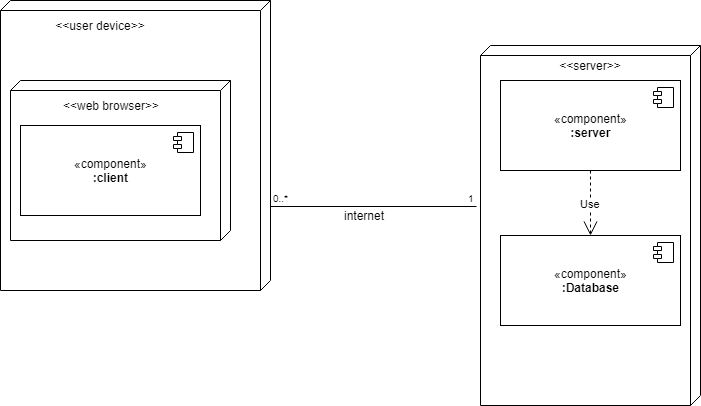
Above: docs/deliverables/deployment diagram.png in utcn-sd-serban/project-lupvasile (draw.io), before the change. Source tidied: cells renumbered, new cells last; positions are measured from the earlier drawing's top-left corner, leaving out a move shared by most shapes.
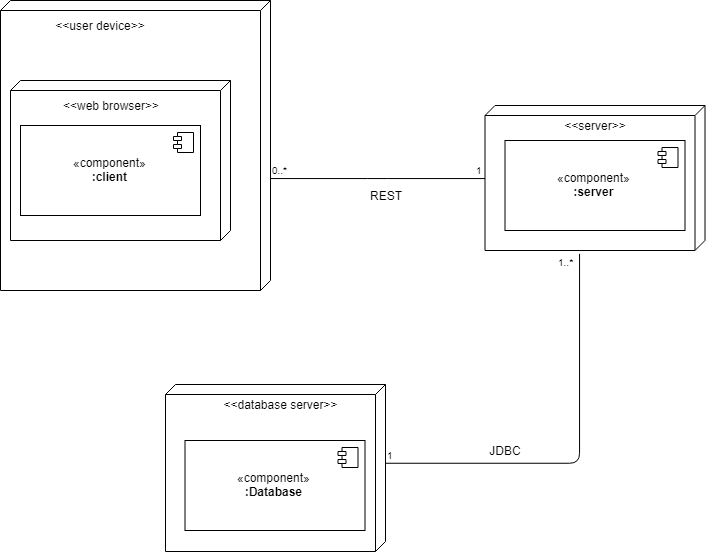
After the commit.

Diff of the diagram source:
```diff
@@ -6,30 +6,19 @@
       <mxGeometry width="270" height="290" as="geometry" />
     </mxCell>
     <mxCell id="3" style="verticalAlign=top;align=left;spacingTop=8;spacingLeft=2;spacingRight=12;shape=cube;size=10;direction=south;fontStyle=4;html=1;" parent="1" vertex="1">
-      <mxGeometry x="480" y="45" width="220" height="360" as="geometry" />
+      <mxGeometry x="484.5" y="105" width="220" height="145" as="geometry" />
     </mxCell>
     <mxCell id="4" value="&amp;lt;&amp;lt;server&amp;gt;&amp;gt;" style="text;html=1;strokeColor=none;fillColor=none;align=center;verticalAlign=middle;whiteSpace=wrap;rounded=0;" parent="1" vertex="1">
-      <mxGeometry x="570" y="55" width="40" height="20" as="geometry" />
+      <mxGeometry x="574.5" y="115" width="40" height="20" as="geometry" />
     </mxCell>
     <mxCell id="5" value="«component»&lt;br&gt;&lt;b&gt;:server&lt;/b&gt;" style="html=1;" parent="1" vertex="1">
-      <mxGeometry x="500" y="80" width="180" height="90" as="geometry" />
+      <mxGeometry x="504.5" y="140" width="180" height="90" as="geometry" />
     </mxCell>
     <mxCell id="6" style="shape=component;jettyWidth=8;jettyHeight=4;" parent="5" vertex="1">
       <mxGeometry x="1" width="20" height="20" relative="1" as="geometry">
         <mxPoint x="-27" y="7" as="offset" />
       </mxGeometry>
     </mxCell>
-    <mxCell id="7" value="«component»&lt;br&gt;&lt;b&gt;:Database&lt;/b&gt;" style="html=1;" parent="1" vertex="1">
-      <mxGeometry x="500" y="235" width="180" height="90" as="geometry" />
-    </mxCell>
-    <mxCell id="8" style="shape=component;jettyWidth=8;jettyHeight=4;" parent="7" vertex="1">
-      <mxGeometry x="1" width="20" height="20" relative="1" as="geometry">
-        <mxPoint x="-27" y="7" as="offset" />
-      </mxGeometry>
-    </mxCell>
-    <mxCell id="9" value="Use" style="endArrow=open;endSize=12;dashed=1;html=1;entryX=0.5;entryY=0;entryDx=0;entryDy=0;exitX=0.5;exitY=1;exitDx=0;exitDy=0;" parent="1" edge="1" source="5" target="7">
-      <mxGeometry relative="1" as="geometry" />
-    </mxCell>
     <mxCell id="10" value="&amp;lt;&amp;lt;user device&amp;gt;&amp;gt;" style="text;html=1;strokeColor=none;fillColor=none;align=center;verticalAlign=middle;whiteSpace=wrap;rounded=0;" parent="1" vertex="1">
       <mxGeometry x="50" y="15" width="100" height="20" as="geometry" />
     </mxCell>
@@ -47,19 +36,47 @@
         <mxPoint x="-27" y="7" as="offset" />
       </mxGeometry>
     </mxCell>
-    <mxCell id="15" style="endArrow=none;html=1;edgeStyle=orthogonalEdgeStyle;exitX=0.71;exitY=0;exitDx=0;exitDy=0;exitPerimeter=0;" parent="1" edge="1" source="2">
-      <mxGeometry relative="1" as="geometry">
-        <mxPoint x="476" y="206" as="targetPoint" />
-      </mxGeometry>
+    <mxCell id="15" style="endArrow=none;html=1;edgeStyle=orthogonalEdgeStyle;exitX=0.613;exitY=0.001;exitDx=0;exitDy=0;exitPerimeter=0;" parent="1" edge="1" source="2" target="3">
+      <mxGeometry relative="1" as="geometry" />
     </mxCell>
     <mxCell id="16" value="0..*" style="html=1;align=left;verticalAlign=bottom;labelBackgroundColor=#ffffff;fontSize=10;" parent="15" vertex="1">
       <mxGeometry x="-1" relative="1" as="geometry" />
     </mxCell>
     <mxCell id="17" value="1" style="html=1;align=right;verticalAlign=bottom;labelBackgroundColor=#ffffff;fontSize=10;" parent="15" vertex="1">
-      <mxGeometry x="1" relative="1" as="geometry" />
+      <mxGeometry x="1" relative="1" as="geometry">
+        <mxPoint x="-0.5" as="offset" />
+      </mxGeometry>
     </mxCell>
-    <mxCell id="18" value="internet" style="text;html=1;strokeColor=none;fillColor=none;align=center;verticalAlign=middle;whiteSpace=wrap;rounded=0;" parent="1" vertex="1">
-      <mxGeometry x="313" y="205" width="100" height="20" as="geometry" />
+    <mxCell id="18" value="REST" style="text;html=1;strokeColor=none;fillColor=none;align=center;verticalAlign=middle;whiteSpace=wrap;rounded=0;" parent="1" vertex="1">
+      <mxGeometry x="334.5" y="185" width="100" height="20" as="geometry" />
     </mxCell>
+    <mxCell id="19" style="verticalAlign=top;align=left;spacingTop=8;spacingLeft=2;spacingRight=12;shape=cube;size=10;direction=south;fontStyle=4;html=1;" parent="1" vertex="1">
+      <mxGeometry x="165" y="384" width="220" height="167" as="geometry" />
+    </mxCell>
+    <mxCell id="20" value="&amp;lt;&amp;lt;database server&amp;gt;&amp;gt;" style="text;html=1;strokeColor=none;fillColor=none;align=center;verticalAlign=middle;whiteSpace=wrap;rounded=0;" parent="1" vertex="1">
+      <mxGeometry x="220" y="394" width="121" height="20" as="geometry" />
+    </mxCell>
+    <mxCell id="7" value="«component»&lt;br&gt;&lt;b&gt;:Database&lt;/b&gt;" style="html=1;" parent="1" vertex="1">
+      <mxGeometry x="184.5" y="440" width="180" height="90" as="geometry" />
+    </mxCell>
+    <mxCell id="21" style="shape=component;jettyWidth=8;jettyHeight=4;" parent="7" vertex="1">
+      <mxGeometry x="1" width="20" height="20" relative="1" as="geometry">
+        <mxPoint x="-27" y="7" as="offset" />
+      </mxGeometry>
+    </mxCell>
+    <mxCell id="22" style="endArrow=none;html=1;edgeStyle=orthogonalEdgeStyle;exitX=0;exitY=0;exitDx=78.5;exitDy=0;exitPerimeter=0;entryX=1.021;entryY=0.57;entryDx=0;entryDy=0;entryPerimeter=0;" parent="1" edge="1" source="19" target="3">
+      <mxGeometry relative="1" as="geometry" />
+    </mxCell>
+    <mxCell id="23" value="1" style="html=1;align=left;verticalAlign=bottom;labelBackgroundColor=#ffffff;fontSize=10;" parent="22" vertex="1">
+      <mxGeometry x="-1" relative="1" as="geometry" />
+    </mxCell>
+    <mxCell id="24" value="1..*" style="html=1;align=right;verticalAlign=bottom;labelBackgroundColor=#ffffff;fontSize=10;" parent="22" vertex="1">
+      <mxGeometry x="1" relative="1" as="geometry">
+        <mxPoint x="-4.5" y="17" as="offset" />
+      </mxGeometry>
+    </mxCell>
+    <mxCell id="25" value="JDBC" style="text;html=1;strokeColor=none;fillColor=none;align=center;verticalAlign=middle;whiteSpace=wrap;rounded=0;" parent="1" vertex="1">
+      <mxGeometry x="454.5" y="440" width="100" height="20" as="geometry" />
+    </mxCell>
   </root>
 </mxGraphModel>
```
